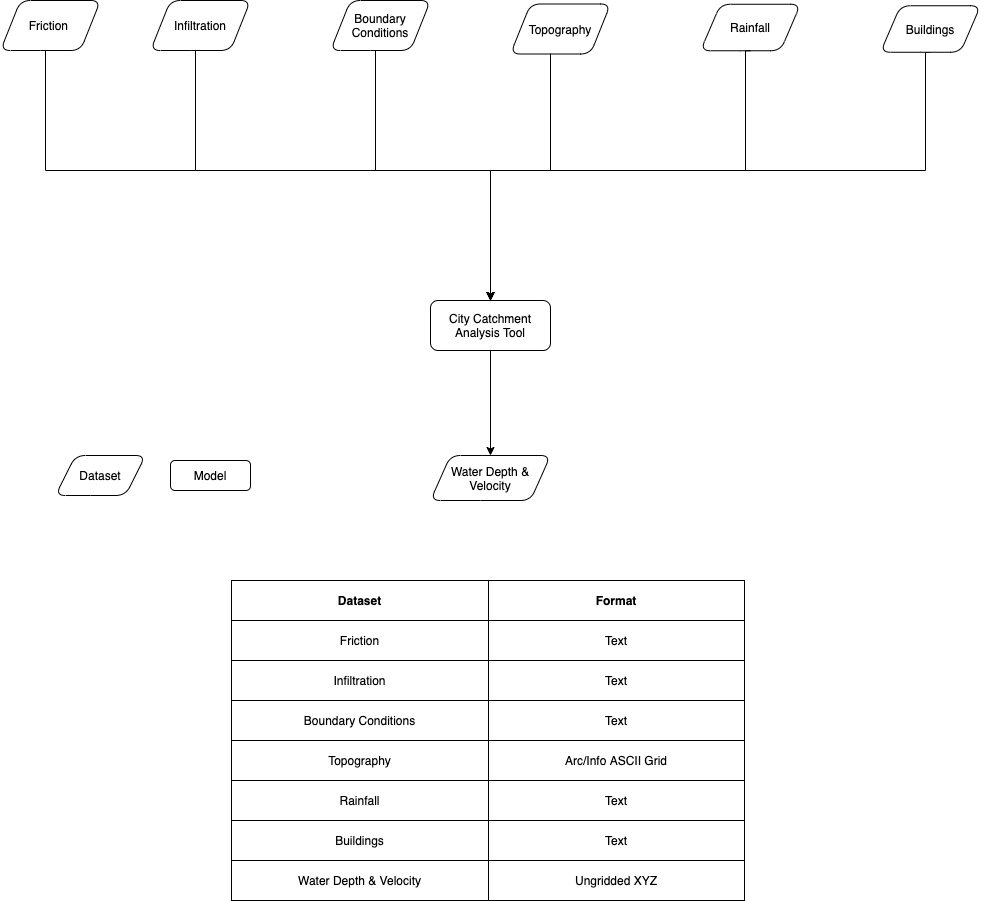
The draw.io diagram citycat/openclim-citycat-workflow.png in OpenCLIM/workflow-diagrams, before a commit. Source tidied: cells renumbered, new cells last; positions are measured from the earlier drawing's top-left corner, leaving out a move shared by most shapes.
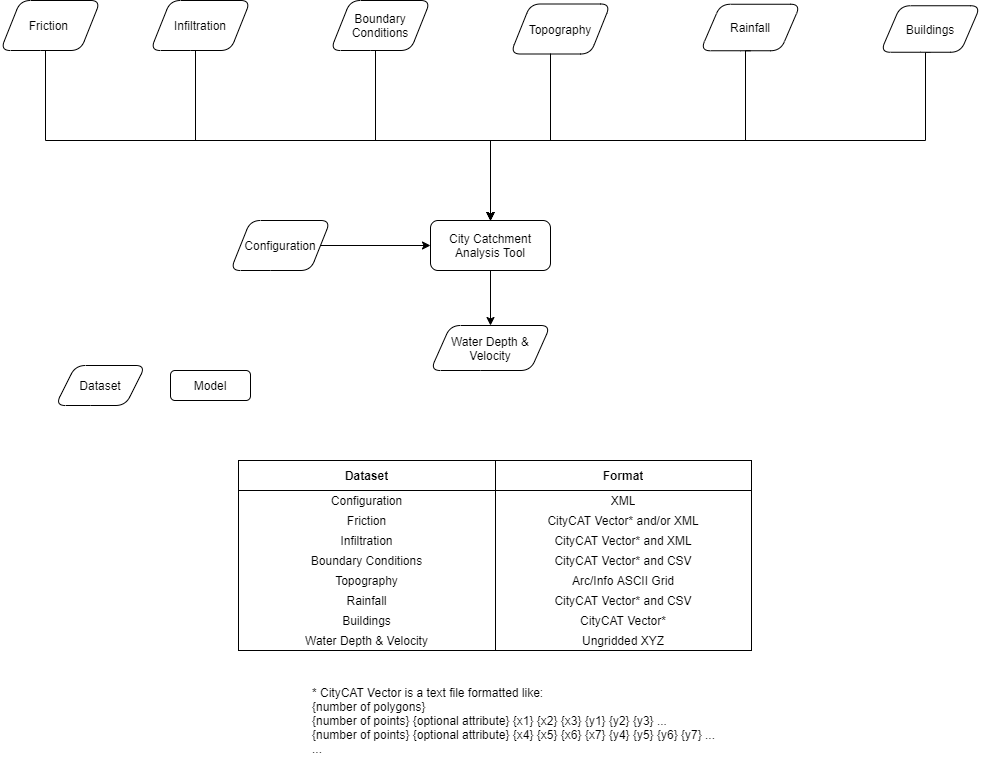
The same diagram one commit later.

What changed in the source:
```diff
@@ -5,24 +5,25 @@
     <mxCell id="2" style="edgeStyle=orthogonalEdgeStyle;rounded=0;jettySize=auto;html=1;entryX=0.5;entryY=0;entryDx=0;entryDy=0;exitX=0.5;exitY=1;exitDx=0;exitDy=0;" parent="1" edge="1" source="6" target="10">
       <mxGeometry relative="1" as="geometry">
         <Array as="points">
-          <mxPoint x="925" y="170" />
-          <mxPoint x="490" y="170" />
+          <mxPoint x="925" y="52" />
+          <mxPoint x="925" y="140" />
+          <mxPoint x="490" y="140" />
         </Array>
       </mxGeometry>
     </mxCell>
     <mxCell id="3" style="edgeStyle=orthogonalEdgeStyle;rounded=0;jettySize=auto;html=1;entryX=0.5;entryY=0;entryDx=0;entryDy=0;" parent="1" edge="1" source="17" target="10">
       <mxGeometry relative="1" as="geometry">
         <Array as="points">
-          <mxPoint x="550" y="170" />
-          <mxPoint x="490" y="170" />
+          <mxPoint x="550" y="140" />
+          <mxPoint x="490" y="140" />
         </Array>
       </mxGeometry>
     </mxCell>
     <mxCell id="4" style="edgeStyle=orthogonalEdgeStyle;rounded=0;jettySize=auto;html=1;entryX=0.5;entryY=0;entryDx=0;entryDy=0;" parent="1" edge="1" source="5" target="10">
       <mxGeometry relative="1" as="geometry">
         <Array as="points">
-          <mxPoint x="375" y="170" />
-          <mxPoint x="490" y="170" />
+          <mxPoint x="375" y="140" />
+          <mxPoint x="490" y="140" />
         </Array>
       </mxGeometry>
     </mxCell>
@@ -35,8 +36,9 @@
     <mxCell id="7" style="edgeStyle=orthogonalEdgeStyle;rounded=0;jettySize=auto;html=1;entryX=0.5;entryY=0;entryDx=0;entryDy=0;exitX=0.5;exitY=1;exitDx=0;exitDy=0;" parent="1" edge="1" source="8" target="10">
       <mxGeometry relative="1" as="geometry">
         <Array as="points">
-          <mxPoint x="45" y="170" />
-          <mxPoint x="490" y="170" />
+          <mxPoint x="45" y="50" />
+          <mxPoint x="45" y="140" />
+          <mxPoint x="490" y="140" />
         </Array>
       </mxGeometry>
     </mxCell>
@@ -47,22 +49,22 @@
       <mxGeometry relative="1" as="geometry" />
     </mxCell>
     <mxCell id="10" value="City Catchment Analysis Tool" style="rounded=1;whiteSpace=wrap;html=1;fontSize=12;glass=0;strokeWidth=1;shadow=0;" parent="1" vertex="1">
-      <mxGeometry x="430" y="300" width="120" height="50" as="geometry" />
+      <mxGeometry x="430" y="220" width="120" height="50" as="geometry" />
     </mxCell>
     <mxCell id="11" value="Rainfall" style="shape=parallelogram;perimeter=parallelogramPerimeter;whiteSpace=wrap;html=1;fixedSize=1;rounded=1;" parent="1" vertex="1">
       <mxGeometry x="700" y="3.8" width="100" height="46.5" as="geometry" />
     </mxCell>
     <mxCell id="12" value="Dataset" style="shape=parallelogram;perimeter=parallelogramPerimeter;whiteSpace=wrap;html=1;fixedSize=1;rounded=1;" parent="1" vertex="1">
-      <mxGeometry x="55" y="455" width="90" height="40" as="geometry" />
+      <mxGeometry x="55" y="365" width="90" height="40" as="geometry" />
     </mxCell>
     <mxCell id="13" value="Model" style="rounded=1;whiteSpace=wrap;html=1;fontSize=12;glass=0;strokeWidth=1;shadow=0;" parent="1" vertex="1">
-      <mxGeometry x="170" y="460" width="80" height="30" as="geometry" />
+      <mxGeometry x="170" y="370" width="80" height="30" as="geometry" />
     </mxCell>
     <mxCell id="14" style="edgeStyle=orthogonalEdgeStyle;rounded=0;jettySize=auto;html=1;entryX=0.5;entryY=0;entryDx=0;entryDy=0;" parent="1" edge="1" source="15" target="10">
       <mxGeometry relative="1" as="geometry">
         <Array as="points">
-          <mxPoint x="195" y="170" />
-          <mxPoint x="490" y="170" />
+          <mxPoint x="195" y="140" />
+          <mxPoint x="490" y="140" />
         </Array>
       </mxGeometry>
     </mxCell>
@@ -70,7 +72,7 @@
       <mxGeometry x="150" width="100" height="50" as="geometry" />
     </mxCell>
     <mxCell id="16" value="Water Depth &amp;amp; Velocity" style="shape=parallelogram;perimeter=parallelogramPerimeter;whiteSpace=wrap;html=1;fixedSize=1;rounded=1;" parent="1" vertex="1">
-      <mxGeometry x="430" y="455" width="120" height="45" as="geometry" />
+      <mxGeometry x="430" y="325" width="120" height="45" as="geometry" />
     </mxCell>
     <mxCell id="17" value="Topography" style="shape=parallelogram;perimeter=parallelogramPerimeter;whiteSpace=wrap;html=1;fixedSize=1;rounded=1;" parent="1" vertex="1">
       <mxGeometry x="510" y="3.5" width="100" height="50" as="geometry" />
@@ -78,85 +80,104 @@
     <mxCell id="18" style="edgeStyle=orthogonalEdgeStyle;rounded=0;jettySize=auto;html=1;entryX=0.5;entryY=0;entryDx=0;entryDy=0;exitX=0.5;exitY=1;exitDx=0;exitDy=0;" parent="1" edge="1" source="11" target="10">
       <mxGeometry relative="1" as="geometry">
         <Array as="points">
-          <mxPoint x="745" y="170" />
-          <mxPoint x="490" y="170" />
+          <mxPoint x="745" y="50" />
+          <mxPoint x="745" y="140" />
+          <mxPoint x="490" y="140" />
         </Array>
       </mxGeometry>
     </mxCell>
+    <mxCell id="44" style="edgeStyle=orthogonalEdgeStyle;rounded=0;jettySize=auto;html=1;entryX=0;entryY=0.5;entryDx=0;entryDy=0;" parent="1" edge="1" source="45" target="10">
+      <mxGeometry relative="1" as="geometry" />
+    </mxCell>
+    <mxCell id="45" value="Configuration" style="shape=parallelogram;perimeter=parallelogramPerimeter;whiteSpace=wrap;html=1;fixedSize=1;rounded=1;" parent="1" vertex="1">
+      <mxGeometry x="230" y="220" width="100" height="50" as="geometry" />
+    </mxCell>
+    <mxCell id="46" value="* CityCAT Vector is a text file formatted like:&lt;br&gt;{number of polygons}&lt;br&gt;{number of points} {optional attribute} {x1} {x2} {x3} {y1} {y2} {y3} ...&lt;br&gt;{number of points} {optional attribute} {x4} {x5} {x6} {x7} {y4} {y5} {y6} {y7} ...&lt;br&gt;..." style="text;html=1;align=left;verticalAlign=middle;" parent="1" vertex="1">
+      <mxGeometry x="310" y="680" width="420" height="80" as="geometry" />
+    </mxCell>
-    <mxCell id="19" style="shape=table;html=1;whiteSpace=wrap;startSize=0;spacingTop=0;" parent="1" vertex="1">
-      <mxGeometry x="231" y="580" width="513" height="320" as="geometry" />
+    <mxCell id="19" style="shape=table;html=1;whiteSpace=wrap;startSize=0;spacingTop=0;rowLines=0;" parent="1" vertex="1">
+      <mxGeometry x="238" y="460" width="513" height="190" as="geometry" />
     </mxCell>
-    <mxCell id="20" style="shape=partialRectangle;html=1;whiteSpace=wrap;fillColor=none;top=0;left=0;bottom=0;right=0;" parent="19" vertex="1">
-      <mxGeometry width="513" height="40" as="geometry" />
+    <mxCell id="20" style="shape=partialRectangle;html=1;whiteSpace=wrap;fillColor=none;top=0;left=0;bottom=0;right=0;perimeterSpacing=2;strokeWidth=5;" parent="19" vertex="1">
+      <mxGeometry width="513" height="30" as="geometry" />
     </mxCell>
-    <mxCell id="21" value="&lt;b&gt;Dataset&lt;/b&gt;" style="shape=partialRectangle;html=1;whiteSpace=wrap;fillColor=none;top=0;left=0;bottom=0;right=0;overflow=hidden;" parent="20" vertex="1">
-      <mxGeometry width="257" height="40" as="geometry" />
+    <mxCell id="21" value="&lt;b&gt;Dataset&lt;/b&gt;" style="shape=partialRectangle;html=1;whiteSpace=wrap;fillColor=none;top=0;left=0;bottom=1;right=0;overflow=hidden;" parent="20" vertex="1">
+      <mxGeometry width="257" height="30" as="geometry" />
     </mxCell>
-    <mxCell id="22" value="&lt;b&gt;Format&lt;/b&gt;" style="shape=partialRectangle;html=1;whiteSpace=wrap;fillColor=none;top=0;left=0;bottom=0;right=0;overflow=hidden;" parent="20" vertex="1">
-      <mxGeometry x="257" width="256" height="40" as="geometry" />
+    <mxCell id="22" value="&lt;b&gt;Format&lt;/b&gt;" style="shape=partialRectangle;html=1;whiteSpace=wrap;fillColor=none;top=0;left=0;bottom=1;right=0;overflow=hidden;sketch=0;" parent="20" vertex="1">
+      <mxGeometry x="257" width="256" height="30" as="geometry" />
     </mxCell>
+    <mxCell id="47" style="shape=partialRectangle;html=1;whiteSpace=wrap;fillColor=none;top=0;left=0;bottom=0;right=0;strokeColor=none;" parent="19" vertex="1">
+      <mxGeometry y="30" width="513" height="20" as="geometry" />
+    </mxCell>
+    <mxCell id="48" value="Configuration" style="shape=partialRectangle;html=1;whiteSpace=wrap;fillColor=none;top=0;left=0;bottom=0;right=0;overflow=hidden;strokeColor=none;" parent="47" vertex="1">
+      <mxGeometry width="257" height="20" as="geometry" />
+    </mxCell>
+    <mxCell id="49" value="XML" style="shape=partialRectangle;html=1;whiteSpace=wrap;fillColor=none;top=0;left=0;bottom=0;right=0;overflow=hidden;strokeColor=none;" parent="47" vertex="1">
+      <mxGeometry x="257" width="256" height="20" as="geometry" />
+    </mxCell>
-    <mxCell id="23" style="shape=partialRectangle;html=1;whiteSpace=wrap;fillColor=none;top=0;left=0;bottom=0;right=0;" parent="19" vertex="1">
-      <mxGeometry y="40" width="513" height="40" as="geometry" />
+    <mxCell id="23" style="shape=partialRectangle;html=1;whiteSpace=wrap;fillColor=none;top=0;left=0;bottom=0;right=0;strokeColor=none;" parent="19" vertex="1">
+      <mxGeometry y="50" width="513" height="20" as="geometry" />
     </mxCell>
-    <mxCell id="24" value="Friction" style="shape=partialRectangle;html=1;whiteSpace=wrap;fillColor=none;top=0;left=0;bottom=0;right=0;overflow=hidden;" parent="23" vertex="1">
-      <mxGeometry width="257" height="40" as="geometry" />
+    <mxCell id="24" value="Friction" style="shape=partialRectangle;html=1;whiteSpace=wrap;fillColor=none;top=0;left=0;bottom=0;right=0;overflow=hidden;strokeColor=none;" parent="23" vertex="1">
+      <mxGeometry width="257" height="20" as="geometry" />
     </mxCell>
-    <mxCell id="25" value="Text" style="shape=partialRectangle;html=1;whiteSpace=wrap;fillColor=none;top=0;left=0;bottom=0;right=0;overflow=hidden;" parent="23" vertex="1">
-      <mxGeometry x="257" width="256" height="40" as="geometry" />
+    <mxCell id="25" value="CityCAT Vector* and/or XML" style="shape=partialRectangle;html=1;whiteSpace=wrap;fillColor=none;top=0;left=0;bottom=0;right=0;overflow=hidden;strokeColor=none;" parent="23" vertex="1">
+      <mxGeometry x="257" width="256" height="20" as="geometry" />
     </mxCell>
-    <mxCell id="26" style="shape=partialRectangle;html=1;whiteSpace=wrap;fillColor=none;top=0;left=0;bottom=0;right=0;" parent="19" vertex="1">
-      <mxGeometry y="80" width="513" height="40" as="geometry" />
+    <mxCell id="26" style="shape=partialRectangle;html=1;whiteSpace=wrap;fillColor=none;top=0;left=0;bottom=0;right=0;strokeColor=none;" parent="19" vertex="1">
+      <mxGeometry y="70" width="513" height="20" as="geometry" />
     </mxCell>
-    <mxCell id="27" value="Infiltration" style="shape=partialRectangle;html=1;whiteSpace=wrap;fillColor=none;top=0;left=0;bottom=0;right=0;overflow=hidden;" parent="26" vertex="1">
-      <mxGeometry width="257" height="40" as="geometry" />
+    <mxCell id="27" value="Infiltration" style="shape=partialRectangle;html=1;whiteSpace=wrap;fillColor=none;top=0;left=0;bottom=0;right=0;overflow=hidden;strokeColor=none;" parent="26" vertex="1">
+      <mxGeometry width="257" height="20" as="geometry" />
     </mxCell>
-    <mxCell id="28" value="Text" style="shape=partialRectangle;html=1;whiteSpace=wrap;fillColor=none;top=0;left=0;bottom=0;right=0;overflow=hidden;" parent="26" vertex="1">
-      <mxGeometry x="257" width="256" height="40" as="geometry" />
+    <mxCell id="28" value="CityCAT Vector* and XML" style="shape=partialRectangle;html=1;whiteSpace=wrap;fillColor=none;top=0;left=0;bottom=0;right=0;overflow=hidden;strokeColor=none;" parent="26" vertex="1">
+      <mxGeometry x="257" width="256" height="20" as="geometry" />
     </mxCell>
-    <mxCell id="29" style="shape=partialRectangle;html=1;whiteSpace=wrap;fillColor=none;top=0;left=0;bottom=0;right=0;" parent="19" vertex="1">
-      <mxGeometry y="120" width="513" height="40" as="geometry" />
+    <mxCell id="29" style="shape=partialRectangle;html=1;whiteSpace=wrap;fillColor=none;top=0;left=0;bottom=0;right=0;strokeColor=none;" parent="19" vertex="1">
+      <mxGeometry y="90" width="513" height="20" as="geometry" />
     </mxCell>
-    <mxCell id="30" value="Boundary Conditions" style="shape=partialRectangle;html=1;whiteSpace=wrap;fillColor=none;top=0;left=0;bottom=0;right=0;overflow=hidden;" parent="29" vertex="1">
-      <mxGeometry width="257" height="40" as="geometry" />
+    <mxCell id="30" value="Boundary Conditions" style="shape=partialRectangle;html=1;whiteSpace=wrap;fillColor=none;top=0;left=0;bottom=0;right=0;overflow=hidden;strokeColor=none;" parent="29" vertex="1">
+      <mxGeometry width="257" height="20" as="geometry" />
     </mxCell>
-    <mxCell id="31" value="Text" style="shape=partialRectangle;html=1;whiteSpace=wrap;fillColor=none;top=0;left=0;bottom=0;right=0;overflow=hidden;" parent="29" vertex="1">
-      <mxGeometry x="257" width="256" height="40" as="geometry" />
+    <mxCell id="31" value="CityCAT Vector* and CSV" style="shape=partialRectangle;html=1;whiteSpace=wrap;fillColor=none;top=0;left=0;bottom=0;right=0;overflow=hidden;strokeColor=none;" parent="29" vertex="1">
+      <mxGeometry x="257" width="256" height="20" as="geometry" />
     </mxCell>
-    <mxCell id="32" style="shape=partialRectangle;html=1;whiteSpace=wrap;fillColor=none;top=0;left=0;bottom=0;right=0;" parent="19" vertex="1">
-      <mxGeometry y="160" width="513" height="40" as="geometry" />
+    <mxCell id="32" style="shape=partialRectangle;html=1;whiteSpace=wrap;fillColor=none;top=0;left=0;bottom=0;right=0;strokeColor=none;" parent="19" vertex="1">
+      <mxGeometry y="110" width="513" height="20" as="geometry" />
     </mxCell>
-    <mxCell id="33" value="Topography" style="shape=partialRectangle;html=1;whiteSpace=wrap;fillColor=none;top=0;left=0;bottom=0;right=0;overflow=hidden;" parent="32" vertex="1">
-      <mxGeometry width="257" height="40" as="geometry" />
+    <mxCell id="33" value="Topography" style="shape=partialRectangle;html=1;whiteSpace=wrap;fillColor=none;top=0;left=0;bottom=0;right=0;overflow=hidden;strokeColor=none;" parent="32" vertex="1">
+      <mxGeometry width="257" height="20" as="geometry" />
     </mxCell>
-    <mxCell id="34" value="Arc/Info ASCII Grid" style="shape=partialRectangle;html=1;whiteSpace=wrap;fillColor=none;top=0;left=0;bottom=0;right=0;overflow=hidden;" parent="32" vertex="1">
-      <mxGeometry x="257" width="256" height="40" as="geometry" />
+    <mxCell id="34" value="Arc/Info ASCII Grid" style="shape=partialRectangle;html=1;whiteSpace=wrap;fillColor=none;top=0;left=0;bottom=0;right=0;overflow=hidden;strokeColor=none;" parent="32" vertex="1">
+      <mxGeometry x="257" width="256" height="20" as="geometry" />
     </mxCell>
-    <mxCell id="35" style="shape=partialRectangle;html=1;whiteSpace=wrap;fillColor=none;top=0;left=0;bottom=0;right=0;" parent="19" vertex="1">
-      <mxGeometry y="200" width="513" height="40" as="geometry" />
+    <mxCell id="35" style="shape=partialRectangle;html=1;whiteSpace=wrap;fillColor=none;top=0;left=0;bottom=0;right=0;strokeColor=none;" parent="19" vertex="1">
+      <mxGeometry y="130" width="513" height="20" as="geometry" />
     </mxCell>
-    <mxCell id="36" value="Rainfall" style="shape=partialRectangle;html=1;whiteSpace=wrap;fillColor=none;top=0;left=0;bottom=0;right=0;overflow=hidden;" parent="35" vertex="1">
-      <mxGeometry width="257" height="40" as="geometry" />
+    <mxCell id="36" value="Rainfall" style="shape=partialRectangle;html=1;whiteSpace=wrap;fillColor=none;top=0;left=0;bottom=0;right=0;overflow=hidden;strokeColor=none;" parent="35" vertex="1">
+      <mxGeometry width="257" height="20" as="geometry" />
     </mxCell>
-    <mxCell id="37" value="Text" style="shape=partialRectangle;html=1;whiteSpace=wrap;fillColor=none;top=0;left=0;bottom=0;right=0;overflow=hidden;" parent="35" vertex="1">
-      <mxGeometry x="257" width="256" height="40" as="geometry" />
+    <mxCell id="37" value="CityCAT Vector* and CSV" style="shape=partialRectangle;html=1;whiteSpace=wrap;fillColor=none;top=0;left=0;bottom=0;right=0;overflow=hidden;strokeColor=none;" parent="35" vertex="1">
+      <mxGeometry x="257" width="256" height="20" as="geometry" />
     </mxCell>
-    <mxCell id="38" style="shape=partialRectangle;html=1;whiteSpace=wrap;fillColor=none;top=0;left=0;bottom=0;right=0;" parent="19" vertex="1">
-      <mxGeometry y="240" width="513" height="40" as="geometry" />
+    <mxCell id="38" style="shape=partialRectangle;html=1;whiteSpace=wrap;fillColor=none;top=0;left=0;bottom=0;right=0;strokeColor=none;" parent="19" vertex="1">
+      <mxGeometry y="150" width="513" height="20" as="geometry" />
     </mxCell>
-    <mxCell id="39" value="Buildings" style="shape=partialRectangle;html=1;whiteSpace=wrap;fillColor=none;top=0;left=0;bottom=0;right=0;overflow=hidden;" parent="38" vertex="1">
-      <mxGeometry width="257" height="40" as="geometry" />
+    <mxCell id="39" value="Buildings" style="shape=partialRectangle;html=1;whiteSpace=wrap;fillColor=none;top=0;left=0;bottom=0;right=0;overflow=hidden;strokeColor=none;" parent="38" vertex="1">
+      <mxGeometry width="257" height="20" as="geometry" />
     </mxCell>
-    <mxCell id="40" value="Text" style="shape=partialRectangle;html=1;whiteSpace=wrap;fillColor=none;top=0;left=0;bottom=0;right=0;overflow=hidden;" parent="38" vertex="1">
-      <mxGeometry x="257" width="256" height="40" as="geometry" />
+    <mxCell id="40" value="CityCAT Vector*" style="shape=partialRectangle;html=1;whiteSpace=wrap;fillColor=none;top=0;left=0;bottom=0;right=0;overflow=hidden;strokeColor=none;" parent="38" vertex="1">
+      <mxGeometry x="257" width="256" height="20" as="geometry" />
     </mxCell>
-    <mxCell id="41" style="shape=partialRectangle;html=1;whiteSpace=wrap;fillColor=none;top=0;left=0;bottom=0;right=0;" parent="19" vertex="1">
-      <mxGeometry y="280" width="513" height="40" as="geometry" />
+    <mxCell id="41" style="shape=partialRectangle;html=1;whiteSpace=wrap;fillColor=none;top=0;left=0;bottom=0;right=0;strokeColor=none;" parent="19" vertex="1">
+      <mxGeometry y="170" width="513" height="20" as="geometry" />
     </mxCell>
-    <mxCell id="42" value="Water Depth &amp;amp; Velocity" style="shape=partialRectangle;html=1;whiteSpace=wrap;fillColor=none;top=0;left=0;bottom=0;right=0;overflow=hidden;" parent="41" vertex="1">
-      <mxGeometry width="257" height="40" as="geometry" />
+    <mxCell id="42" value="Water Depth &amp;amp; Velocity" style="shape=partialRectangle;html=1;whiteSpace=wrap;fillColor=none;top=0;left=0;bottom=0;right=0;overflow=hidden;strokeColor=none;" parent="41" vertex="1">
+      <mxGeometry width="257" height="20" as="geometry" />
     </mxCell>
-    <mxCell id="43" value="Ungridded XYZ" style="shape=partialRectangle;html=1;whiteSpace=wrap;fillColor=none;top=0;left=0;bottom=0;right=0;overflow=hidden;" parent="41" vertex="1">
-      <mxGeometry x="257" width="256" height="40" as="geometry" />
+    <mxCell id="43" value="Ungridded XYZ" style="shape=partialRectangle;html=1;whiteSpace=wrap;fillColor=none;top=0;left=0;bottom=0;right=0;overflow=hidden;strokeColor=none;" parent="41" vertex="1">
+      <mxGeometry x="257" width="256" height="20" as="geometry" />
     </mxCell>
   </root>
 </mxGraphModel>
```
